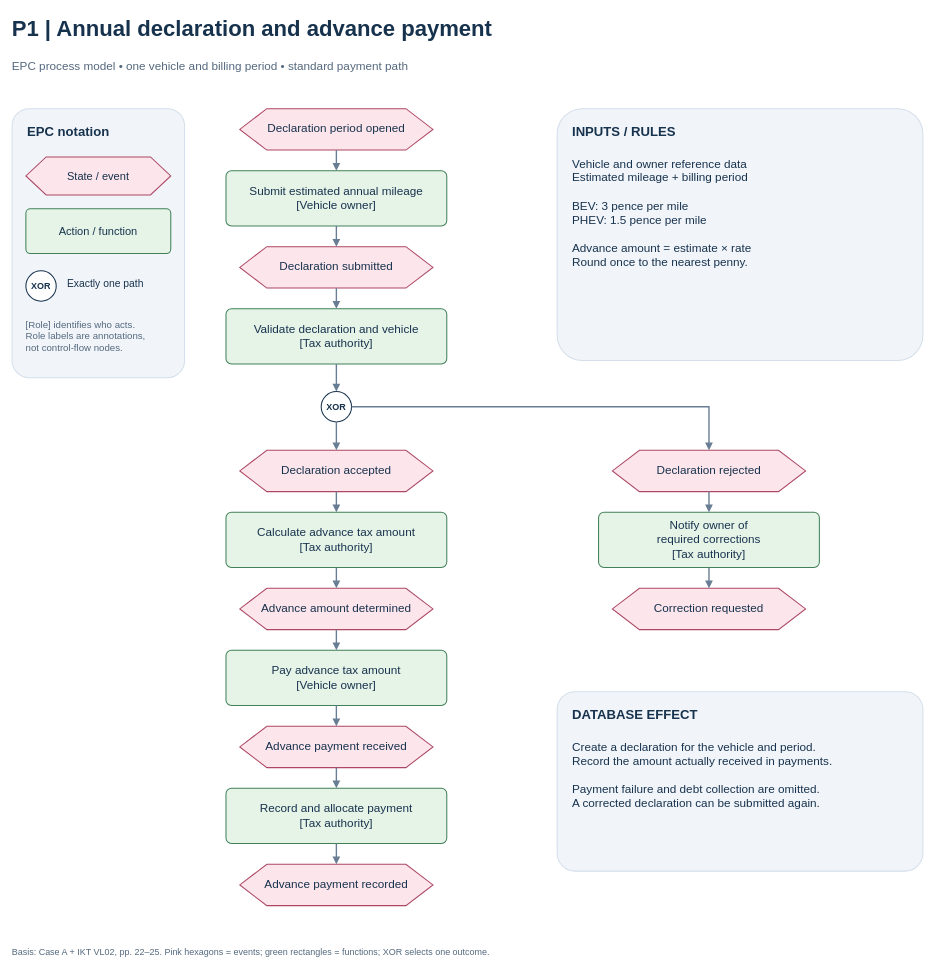
The draw.io diagram page "01 - Declaration and advance" (2 of 4) of eved_scope_and_processes.drawio in Mclement197/ikt-hsg-2026, before the edit. Source tidied: cells renumbered, new cells numbered last; positions are measured from the earlier drawing's top-left corner, leaving out a move shared by most shapes. Both pictures are drawn from the tidied source at 69%, with x=0, y=0 at pixel (12, 12).
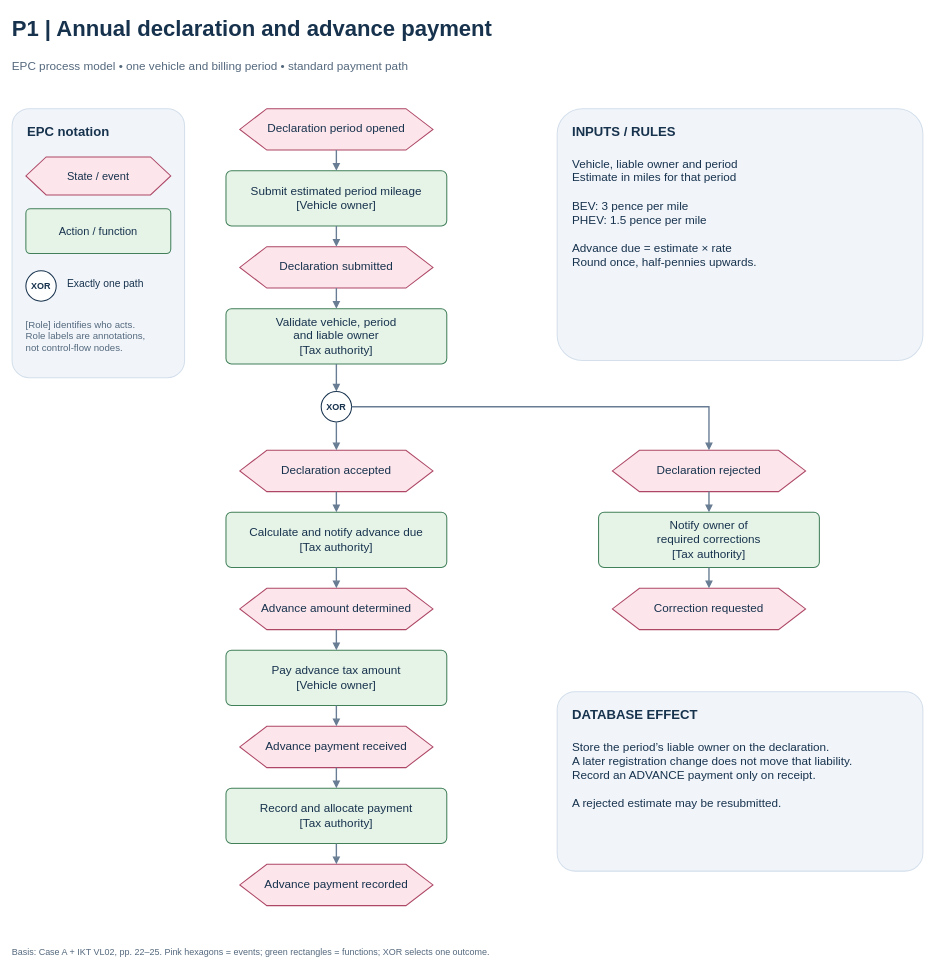
After the change.

What changed in the source:
```diff
@@
-    <mxCell id="14" value="Vehicle and owner reference data&#10;Estimated mileage + billing period&#10;&#10;BEV: 3 pence per mile&#10;PHEV: 1.5 pence per mile&#10;&#10;Advance amount = estimate × rate&#10;Round once to the nearest penny." style="whiteSpace=wrap;html=0;fontFamily=Arial;fontSize=17;fontColor=#17324D;fillColor=none;strokeColor=none;strokeWidth=1.5;align=left;verticalAlign=middle;spacing=12;text;spacing=0;" parent="1" vertex="1">
+    <mxCell id="14" value="Vehicle, liable owner and period&#10;Estimate in miles for that period&#10;&#10;BEV: 3 pence per mile&#10;PHEV: 1.5 pence per mile&#10;&#10;Advance due = estimate × rate&#10;Round once, half-pennies upwards." style="whiteSpace=wrap;html=0;fontFamily=Arial;fontSize=17;fontColor=#17324D;fillColor=none;strokeColor=none;strokeWidth=1.5;align=left;verticalAlign=middle;spacing=12;text;spacing=0;" parent="1" vertex="1">
       <mxGeometry x="812" y="206" width="486" height="285" as="geometry" />
     </mxCell>
@@
-    <mxCell id="16" value="Submit estimated annual mileage&#10;[Vehicle owner]" style="whiteSpace=wrap;html=0;fontFamily=Arial;fontSize=17;fontColor=#17324D;fillColor=#E6F4E8;strokeColor=#42805A;strokeWidth=1.5;align=center;verticalAlign=middle;spacing=12;rounded=1;arcSize=10;" parent="1" vertex="1">
+    <mxCell id="16" value="Submit estimated period mileage&#10;[Vehicle owner]" style="whiteSpace=wrap;html=0;fontFamily=Arial;fontSize=17;fontColor=#17324D;fillColor=#E6F4E8;strokeColor=#42805A;strokeWidth=1.5;align=center;verticalAlign=middle;spacing=12;rounded=1;arcSize=10;" parent="1" vertex="1">
       <mxGeometry x="310" y="230" width="320" height="80" as="geometry" />
     </mxCell>
@@
-    <mxCell id="18" value="Validate declaration and vehicle&#10;[Tax authority]" style="whiteSpace=wrap;html=0;fontFamily=Arial;fontSize=17;fontColor=#17324D;fillColor=#E6F4E8;strokeColor=#42805A;strokeWidth=1.5;align=center;verticalAlign=middle;spacing=12;rounded=1;arcSize=10;" parent="1" vertex="1">
+    <mxCell id="18" value="Validate vehicle, period&#10;and liable owner&#10;[Tax authority]" style="whiteSpace=wrap;html=0;fontFamily=Arial;fontSize=17;fontColor=#17324D;fillColor=#E6F4E8;strokeColor=#42805A;strokeWidth=1.5;align=center;verticalAlign=middle;spacing=12;rounded=1;arcSize=10;" parent="1" vertex="1">
       <mxGeometry x="310" y="430" width="320" height="80" as="geometry" />
     </mxCell>
@@
-    <mxCell id="21" value="Calculate advance tax amount&#10;[Tax authority]" style="whiteSpace=wrap;html=0;fontFamily=Arial;fontSize=17;fontColor=#17324D;fillColor=#E6F4E8;strokeColor=#42805A;strokeWidth=1.5;align=center;verticalAlign=middle;spacing=12;rounded=1;arcSize=10;" parent="1" vertex="1">
+    <mxCell id="21" value="Calculate and notify advance due&#10;[Tax authority]" style="whiteSpace=wrap;html=0;fontFamily=Arial;fontSize=17;fontColor=#17324D;fillColor=#E6F4E8;strokeColor=#42805A;strokeWidth=1.5;align=center;verticalAlign=middle;spacing=12;rounded=1;arcSize=10;" parent="1" vertex="1">
       <mxGeometry x="310" y="725" width="320" height="80" as="geometry" />
     </mxCell>
@@
-    <mxCell id="32" value="Create a declaration for the vehicle and period.&#10;Record the amount actually received in payments.&#10;&#10;Payment failure and debt collection are omitted.&#10;A corrected declaration can be submitted again." style="whiteSpace=wrap;html=0;fontFamily=Arial;fontSize=17;fontColor=#17324D;fillColor=none;strokeColor=none;strokeWidth=1.5;align=left;verticalAlign=middle;spacing=12;text;spacing=0;" parent="1" vertex="1">
+    <mxCell id="32" value="Store the period’s liable owner on the declaration.&#10;A later registration change does not move that liability.&#10;Record an ADVANCE payment only on receipt.&#10;&#10;A rejected estimate may be resubmitted." style="whiteSpace=wrap;html=0;fontFamily=Arial;fontSize=17;fontColor=#17324D;fillColor=none;strokeColor=none;strokeWidth=1.5;align=left;verticalAlign=middle;spacing=12;text;spacing=0;" parent="1" vertex="1">
       <mxGeometry x="812" y="1051" width="486" height="180" as="geometry" />
     </mxCell>
```
